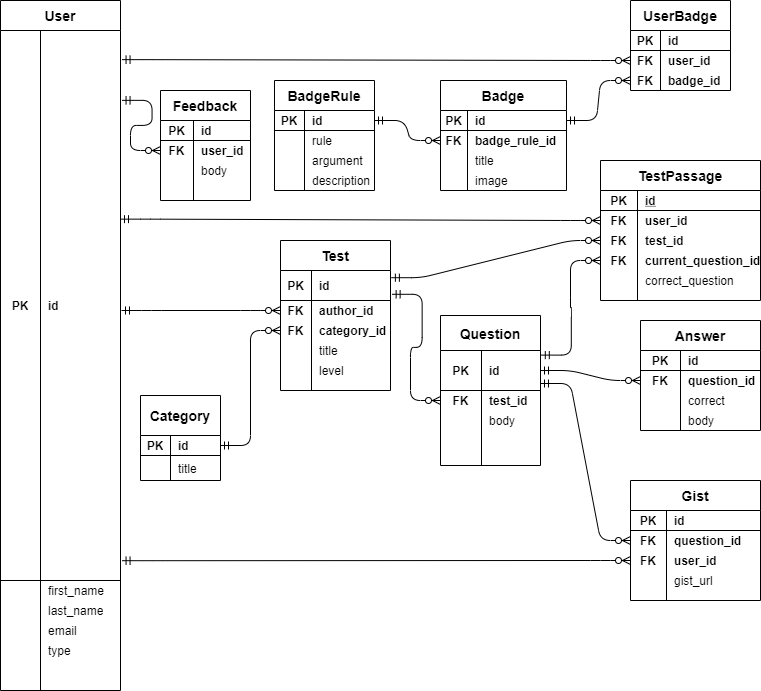
Before: tmp/ER_model_diagram.png, a diagram exported from draw.io (svslight/test-guru). Source tidied: cells renumbered, new cells last; positions are measured from the earlier drawing's top-left corner, leaving out a move shared by most shapes.
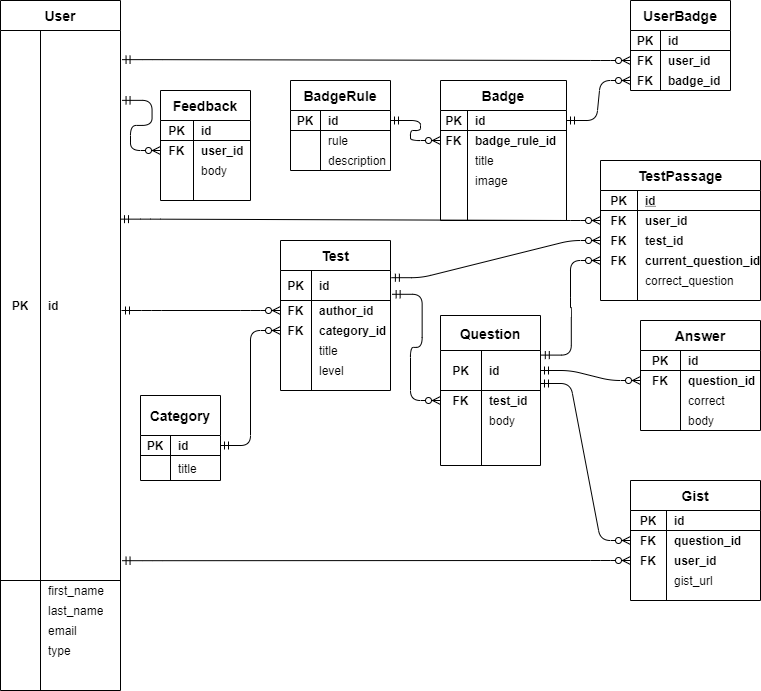
Later version of the same file.

Change to the diagram source:
```diff
@@ -68,7 +68,7 @@
       <mxGeometry relative="1" as="geometry" />
     </mxCell>
     <mxCell id="23" value="&lt;font style=&quot;font-size: 14px&quot;&gt;Badge&lt;/font&gt;" style="shape=table;html=1;whiteSpace=wrap;startSize=30;rowLines=0;fontStyle=1;align=center;" parent="1" vertex="1">
-      <mxGeometry x="440" y="80" width="126" height="110" as="geometry" />
+      <mxGeometry x="440" y="80" width="126" height="140" as="geometry" />
     </mxCell>
     <mxCell id="24" style="shape=partialRectangle;html=1;whiteSpace=wrap;fillColor=none;top=0;left=0;bottom=1;right=0;points=[[0,0.5],[1,0.5]];portConstraint=eastwest;" parent="23" vertex="1">
       <mxGeometry y="30" width="126" height="20" as="geometry" />
@@ -421,7 +421,7 @@
       <mxGeometry x="41" width="59" height="20" as="geometry" />
     </mxCell>
     <mxCell id="140" value="&lt;font style=&quot;font-size: 14px&quot;&gt;BadgeRule&lt;/font&gt;" style="shape=table;html=1;whiteSpace=wrap;startSize=30;rowLines=0;fontStyle=1;align=center;" parent="1" vertex="1">
-      <mxGeometry x="274" y="80" width="100" height="110" as="geometry" />
+      <mxGeometry x="290" y="80" width="100" height="90" as="geometry" />
     </mxCell>
     <mxCell id="141" style="shape=partialRectangle;html=1;whiteSpace=wrap;fillColor=none;top=0;left=0;bottom=1;right=0;points=[[0,0.5],[1,0.5]];portConstraint=eastwest;" parent="140" vertex="1">
       <mxGeometry y="30" width="100" height="20" as="geometry" />
@@ -441,17 +441,8 @@
     <mxCell id="146" value="rule" style="shape=partialRectangle;html=1;whiteSpace=wrap;fillColor=none;top=0;left=0;bottom=0;right=0;align=left;spacingLeft=6;overflow=hidden;" parent="144" vertex="1">
       <mxGeometry x="30" width="70" height="20" as="geometry" />
     </mxCell>
-    <mxCell id="147" style="shape=partialRectangle;html=1;whiteSpace=wrap;fillColor=none;top=0;left=0;bottom=0;right=0;" parent="140" vertex="1">
-      <mxGeometry y="70" width="100" height="20" as="geometry" />
-    </mxCell>
-    <mxCell id="148" style="shape=partialRectangle;html=1;whiteSpace=wrap;fillColor=none;top=0;left=0;bottom=0;right=0;overflow=hidden;" parent="147" vertex="1">
-      <mxGeometry width="30" height="20" as="geometry" />
-    </mxCell>
-    <mxCell id="149" value="argument" style="shape=partialRectangle;html=1;whiteSpace=wrap;fillColor=none;top=0;left=0;bottom=0;right=0;align=left;spacingLeft=6;overflow=hidden;" parent="147" vertex="1">
-      <mxGeometry x="30" width="70" height="20" as="geometry" />
-    </mxCell>
     <mxCell id="150" style="shape=partialRectangle;html=1;whiteSpace=wrap;fillColor=none;top=0;left=0;bottom=0;right=0;" parent="140" vertex="1">
-      <mxGeometry y="90" width="100" height="20" as="geometry" />
+      <mxGeometry y="70" width="100" height="20" as="geometry" />
     </mxCell>
     <mxCell id="151" style="shape=partialRectangle;html=1;whiteSpace=wrap;fillColor=none;top=0;left=0;bottom=0;right=0;overflow=hidden;" parent="150" vertex="1">
       <mxGeometry width="30" height="20" as="geometry" />
```
